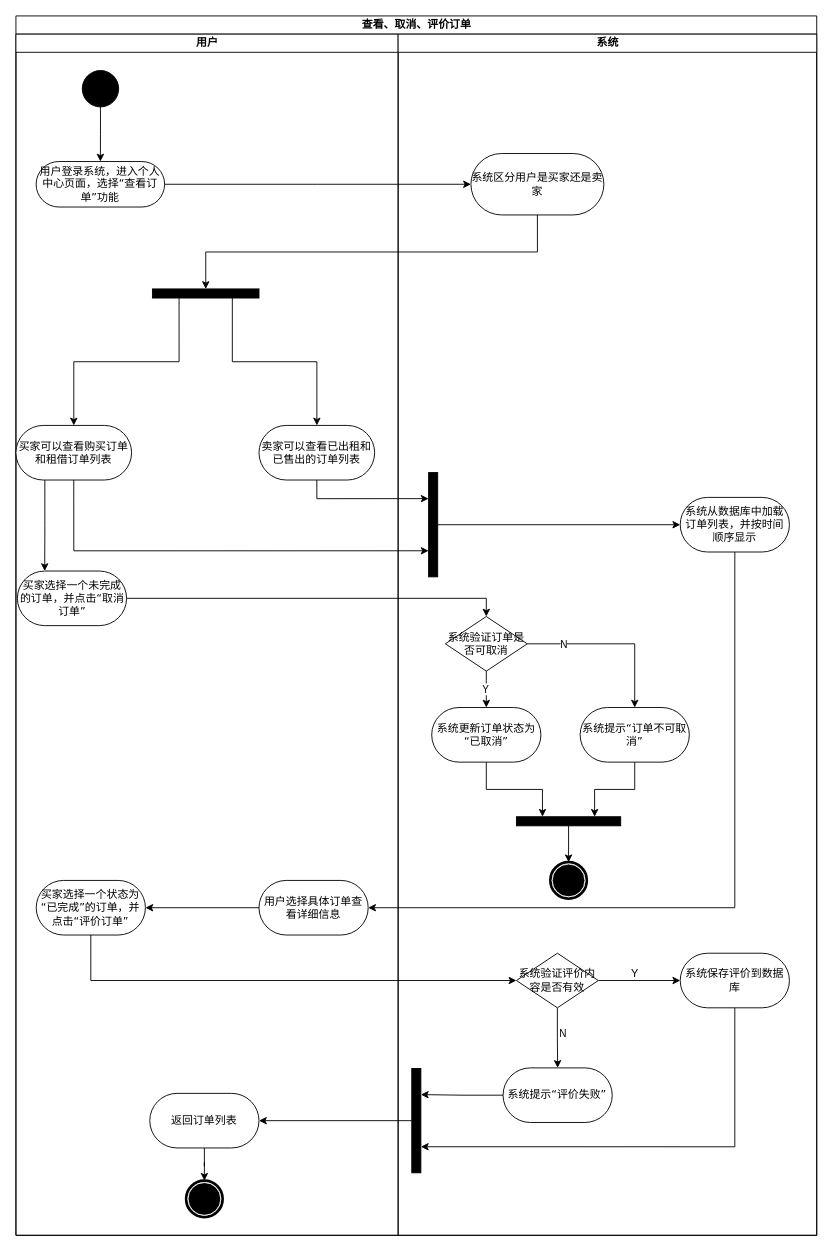
Before: page "功能建模" (1 of 2) of 文档/需求分析规约文档/三种建模/17查看、取消、评价订单用例建模.drawio in w1ntercube/TJ-SE-Design, a draw.io diagram. Source tidied: cells renumbered, new cells numbered last; positions are measured from the earlier drawing's top-left corner, leaving out a move shared by most shapes. Both pictures are drawn from the tidied source at 91%, with x=0, y=0 at pixel (15, 15).
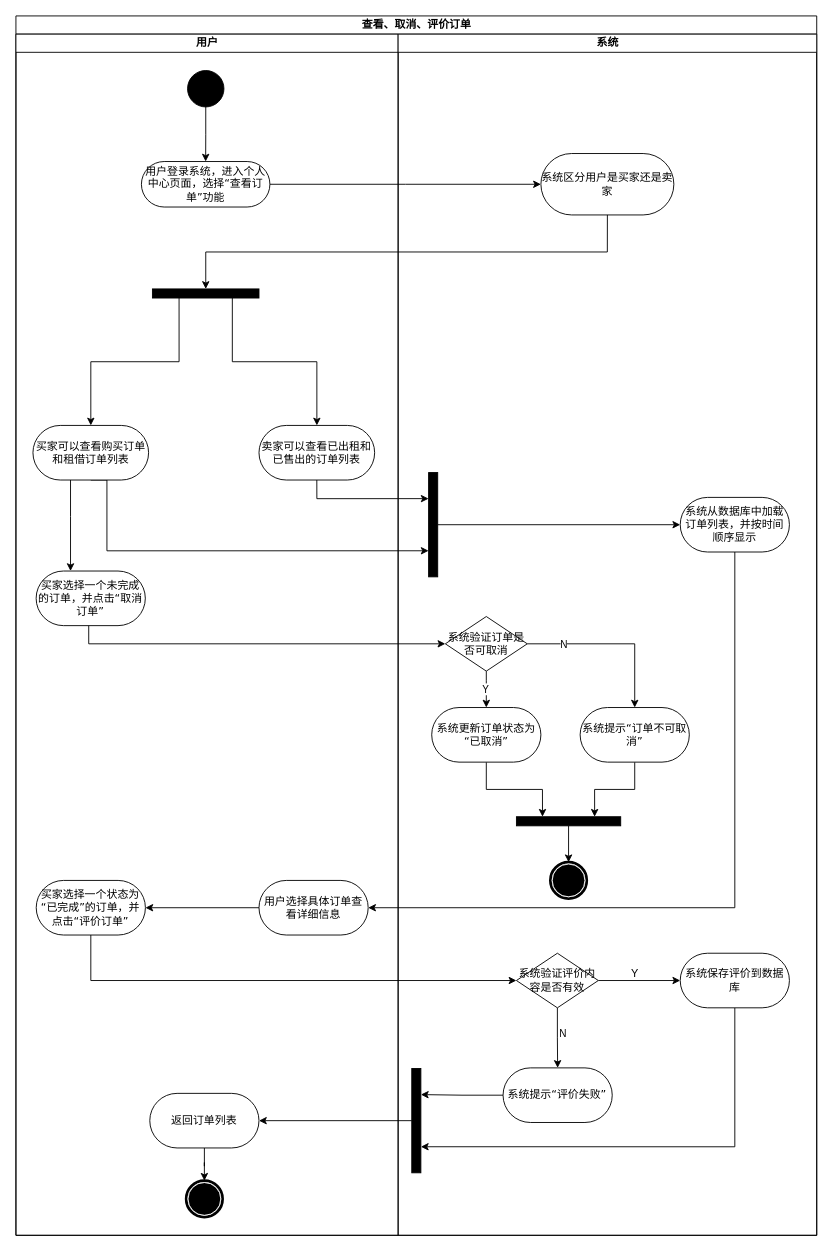
The same diagram, later.

Unchanged cells that the change refers to:
```xml
<mxCell id="3" value="用户" style="swimlane;html=1;startSize=20;" parent="2" vertex="1">
  <mxGeometry y="20" width="420" height="1320" as="geometry" />
</mxCell>
<mxCell id="7" value="系统" style="swimlane;html=1;startSize=20;" parent="3" vertex="1">
  <mxGeometry x="420" width="460" height="1320" as="geometry" />
</mxCell>
<mxCell id="8" style="rounded=0;whiteSpace=wrap;html=1;fontSize=12;fillColor=#000000;rotation=90;" parent="7" vertex="1">
  <mxGeometry x="-18.8" y="534.1" width="114.6" height="10" as="geometry" />
</mxCell>
<mxCell id="14" value="系统验证订单是否可取消" style="rhombus;whiteSpace=wrap;html=1;" parent="7" vertex="1">
  <mxGeometry x="51.9" y="640" width="90" height="60" as="geometry" />
</mxCell>
```

The edit, as a diff of the source:
```diff
@@
     <mxCell id="4" value="用户登录系统，进入个人中心页面，选择“查看订单”功能" style="rounded=1;whiteSpace=wrap;html=1;shadow=0;comic=0;labelBackgroundColor=none;strokeWidth=1;fontFamily=Verdana;fontSize=12;align=center;arcSize=50;" parent="3" vertex="1">
-      <mxGeometry x="22.2" y="140" width="141.2" height="50" as="geometry" />
+      <mxGeometry x="137.9" y="140" width="141.2" height="50" as="geometry" />
     </mxCell>
@@
     <mxCell id="6" style="ellipse;whiteSpace=wrap;html=1;rounded=0;shadow=0;comic=0;labelBackgroundColor=none;strokeWidth=1;fillColor=#000000;fontFamily=Verdana;fontSize=12;align=center;" parent="3" vertex="1">
-      <mxGeometry x="72.9" y="40" width="40" height="40" as="geometry" />
+      <mxGeometry x="188.6" y="40" width="40" height="40" as="geometry" />
     </mxCell>
@@
     <mxCell id="9" value="系统区分用户是买家还是卖家" style="whiteSpace=wrap;html=1;fontFamily=Verdana;rounded=1;shadow=0;comic=0;labelBackgroundColor=none;strokeWidth=1;arcSize=50;" parent="7" vertex="1">
-      <mxGeometry x="80" y="131.2" width="146.1" height="67.5" as="geometry" />
+      <mxGeometry x="156.9" y="131.2" width="146.1" height="67.5" as="geometry" />
     </mxCell>
@@
     <mxCell id="24" style="edgeStyle=orthogonalEdgeStyle;rounded=0;jettySize=auto;html=1;exitX=0.5;exitY=1;exitDx=0;exitDy=0;entryX=0.75;entryY=1;entryDx=0;entryDy=0;" parent="3" edge="1" source="26" target="8">
-      <mxGeometry relative="1" as="geometry" />
+      <mxGeometry relative="1" as="geometry">
+        <Array as="points">
+          <mxPoint x="100" y="490" />
+          <mxPoint x="100" y="568" />
+        </Array>
+      </mxGeometry>
     </mxCell>
-    <mxCell id="25" style="edgeStyle=orthogonalEdgeStyle;rounded=0;jettySize=auto;html=1;exitX=0.25;exitY=1;exitDx=0;exitDy=0;entryX=0.25;entryY=0;entryDx=0;entryDy=0;" parent="3" edge="1" source="26" target="33">
-      <mxGeometry relative="1" as="geometry" />
+    <mxCell id="25" style="edgeStyle=orthogonalEdgeStyle;rounded=0;jettySize=auto;html=1;entryX=0.315;entryY=0;entryDx=0;entryDy=0;entryPerimeter=0;" parent="3" edge="1" source="26" target="33">
+      <mxGeometry relative="1" as="geometry">
+        <Array as="points">
+          <mxPoint x="60" y="530" />
+          <mxPoint x="60" y="530" />
+        </Array>
+      </mxGeometry>
     </mxCell>
     <mxCell id="26" value="买家可以查看购买订单和租借订单列表" style="whiteSpace=wrap;html=1;fontFamily=Verdana;rounded=1;shadow=0;comic=0;labelBackgroundColor=none;strokeWidth=1;arcSize=50;" parent="3" vertex="1">
-      <mxGeometry y="430" width="127.1" height="60" as="geometry" />
+      <mxGeometry x="18.7" y="430" width="127.1" height="60" as="geometry" />
     </mxCell>
@@
-    <mxCell id="32" style="edgeStyle=orthogonalEdgeStyle;rounded=0;jettySize=auto;html=1;exitX=1;exitY=0.5;exitDx=0;exitDy=0;entryX=0.5;entryY=0;entryDx=0;entryDy=0;" parent="3" edge="1" source="33" target="14">
-      <mxGeometry relative="1" as="geometry" />
+    <mxCell id="32" style="edgeStyle=orthogonalEdgeStyle;rounded=0;jettySize=auto;html=1;exitX=1;exitY=0.5;exitDx=0;exitDy=0;" parent="3" edge="1" source="33" target="14">
+      <mxGeometry relative="1" as="geometry">
+        <Array as="points">
+          <mxPoint x="80" y="620" />
+          <mxPoint x="80" y="670" />
+        </Array>
+      </mxGeometry>
     </mxCell>
     <mxCell id="33" value="买家选择一个未完成的订单，并点击“取消订单”" style="whiteSpace=wrap;html=1;fontFamily=Verdana;rounded=1;shadow=0;comic=0;labelBackgroundColor=none;strokeWidth=1;arcSize=50;" parent="3" vertex="1">
-      <mxGeometry x="1.6" y="590" width="120" height="60" as="geometry" />
+      <mxGeometry x="22.2" y="590" width="120" height="60" as="geometry" />
     </mxCell>
```
